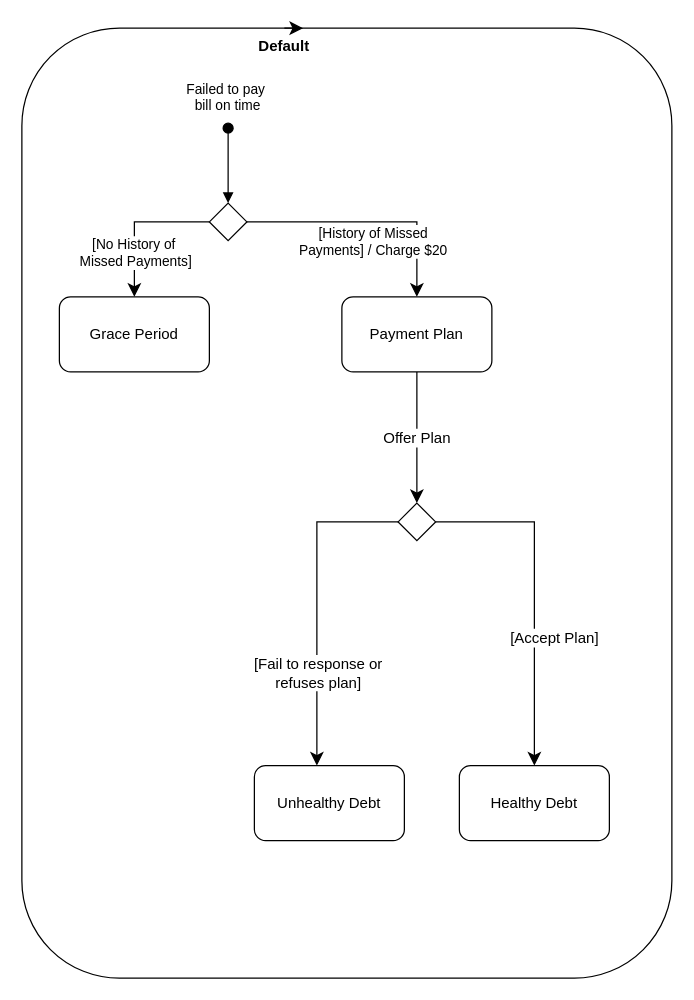
The draw.io diagram page "Page-2" (2 of 3) of workshop6_week7.drawio in antonykimuom/SWEN30006-2025-SM1-workshop1-tuew05-14-00-team-12, before the edit. Source tidied: cells renumbered, new cells numbered last; positions are measured from the earlier drawing's top-left corner, leaving out a move shared by most shapes. Both pictures are drawn from the tidied source at 125%, with x=0, y=0 at pixel (21, 28).
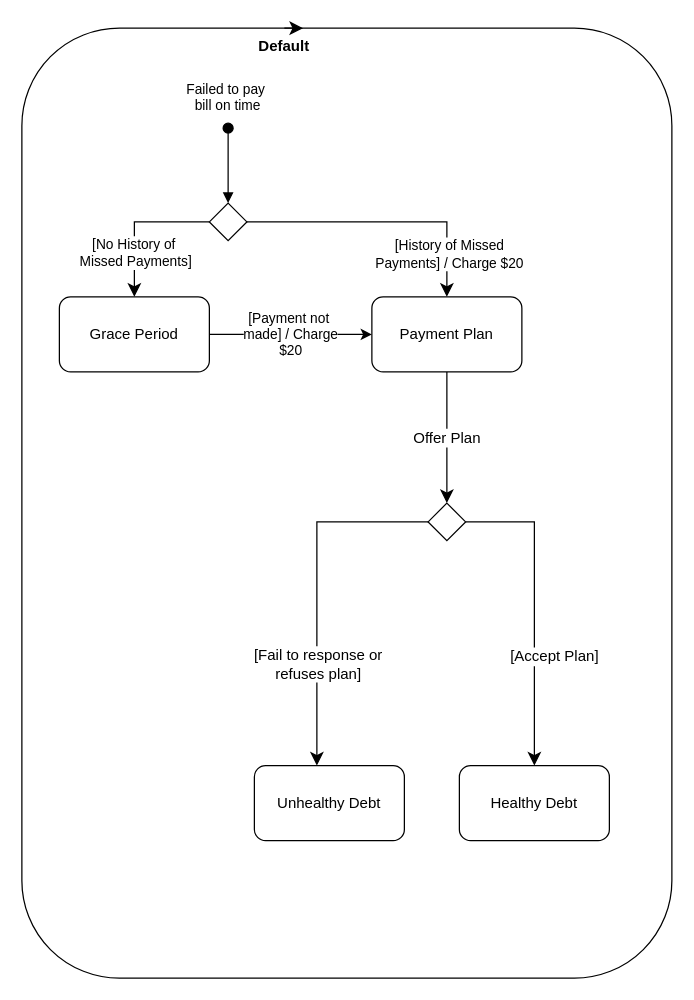
The same diagram, later.

Commit message:
added event to move from grace period to payment plan

The change refers to these unchanged cells:
```xml
<mxCell id="12" value="Grace Period" style="rounded=1;whiteSpace=wrap;html=1;" parent="1" vertex="1">
  <mxGeometry x="30" y="215" width="120" height="60" as="geometry" />
</mxCell>
<mxCell id="15" style="rhombus;whiteSpace=wrap;html=1;" parent="1" vertex="1">
  <mxGeometry x="150" y="140" width="30" height="30" as="geometry" />
</mxCell>
```

Diff of the diagram source:
```diff
@@
     <mxCell id="4" value="Payment Plan" style="rounded=1;whiteSpace=wrap;html=1;" parent="1" vertex="1">
-      <mxGeometry x="256" y="215" width="120" height="60" as="geometry" />
+      <mxGeometry x="280" y="215" width="120" height="60" as="geometry" />
     </mxCell>
@@
     <mxCell id="11" style="rhombus;whiteSpace=wrap;html=1;" parent="1" vertex="1">
-      <mxGeometry x="301" y="380" width="30" height="30" as="geometry" />
+      <mxGeometry x="325" y="380" width="30" height="30" as="geometry" />
     </mxCell>
+    <mxCell id="22" value="[Payment not&amp;nbsp;&lt;div&gt;made] / Charge&lt;/div&gt;&lt;div&gt;$20&lt;/div&gt;" style="edgeStyle=orthogonalEdgeStyle;rounded=0;jettySize=auto;html=1;entryX=0;entryY=0.5;entryDx=0;entryDy=0;" parent="1" edge="1" source="12" target="4">
+      <mxGeometry relative="1" as="geometry" />
+    </mxCell>
@@
     <mxCell id="16" style="edgeStyle=orthogonalEdgeStyle;rounded=0;jettySize=auto;html=1;fontSize=12;startSize=8;endSize=8;exitX=1;exitY=0.5;exitDx=0;exitDy=0;entryX=0.5;entryY=0;entryDx=0;entryDy=0;" parent="1" edge="1" source="15" target="4">
       <mxGeometry relative="1" as="geometry">
         <Array as="points">
-          <mxPoint x="316" y="155" />
+          <mxPoint x="340" y="155" />
         </Array>
       </mxGeometry>
     </mxCell>
     <mxCell id="17" value="[History of Missed&lt;div&gt;Payments] / Charge $20&lt;/div&gt;" style="edgeLabel;html=1;align=center;verticalAlign=middle;" parent="16" vertex="1">
       <mxGeometry x="0.35" relative="1" as="geometry">
-        <mxPoint x="-32" y="15" as="offset" />
+        <mxPoint x="12" y="25" as="offset" />
       </mxGeometry>
     </mxCell>
```
